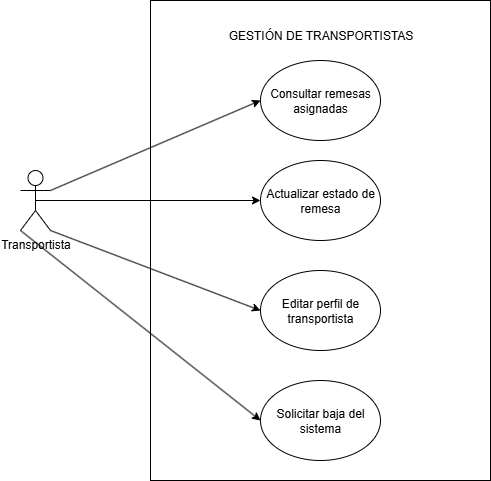
Before: Memoria/imagenes/Analisis/gestiondetransportistas.png, a diagram exported from draw.io (Juanjomrtz19/Trabajo-de-fin-de-grado-BlockTrack). Source tidied: cells renumbered, new cells last; positions are measured from the earlier drawing's top-left corner, leaving out a move shared by most shapes.
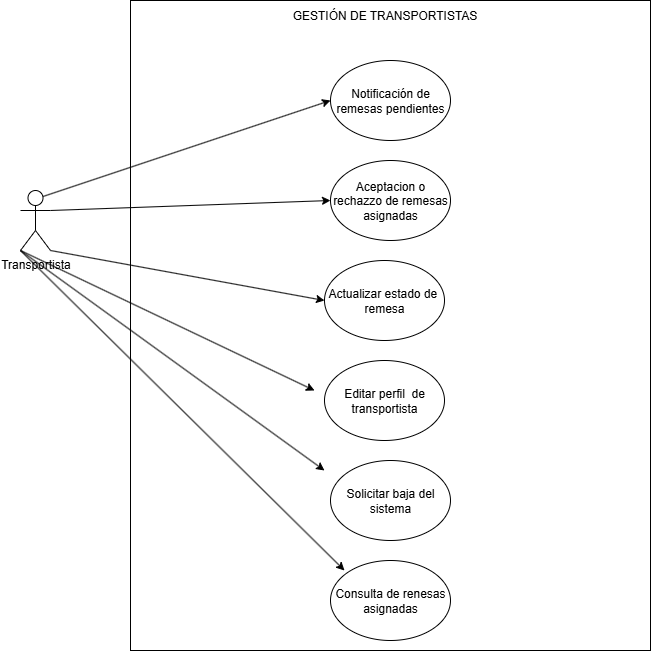
The same diagram one commit later.

The edit, as a diff of the source:
```diff
@@ -2,38 +2,56 @@
   <root>
     <mxCell id="0" />
     <mxCell id="1" parent="0" />
-    <mxCell id="2" style="rounded=0;whiteSpace=wrap;html=1;" parent="1" vertex="1">
-      <mxGeometry x="130" width="340" height="480" as="geometry" />
-    </mxCell>
+    <mxCell id="13" style="rounded=0;whiteSpace=wrap;html=1;" parent="1" vertex="1">
+      <mxGeometry x="20" y="20" width="520" height="650" as="geometry" />
+    </mxCell>
+    <mxCell id="14" value="Notificación de remesas pendientes" style="ellipse;whiteSpace=wrap;html=1;" parent="1" vertex="1">
+      <mxGeometry x="220" y="80" width="120" height="80" as="geometry" />
+    </mxCell>
+    <mxCell id="15" value="Aceptacion o rechazzo de remesas asignadas" style="ellipse;whiteSpace=wrap;html=1;" parent="1" vertex="1">
+      <mxGeometry x="220" y="180" width="120" height="80" as="geometry" />
+    </mxCell>
+    <mxCell id="5" value="Actualizar estado de&amp;nbsp; remesa" style="ellipse;whiteSpace=wrap;html=1;" parent="1" vertex="1">
+      <mxGeometry x="214" y="280" width="120" height="80" as="geometry" />
+    </mxCell>
+    <mxCell id="7" value="Transportista" style="shape=umlActor;verticalLabelPosition=bottom;verticalAlign=top;html=1;outlineConnect=0;" parent="1" vertex="1">
+      <mxGeometry x="-90" y="210" width="30" height="60" as="geometry" />
+    </mxCell>
+    <mxCell id="16" style="endArrow=classic;html=1;rounded=0;entryX=0;entryY=0.5;entryDx=0;entryDy=0;exitX=0.75;exitY=0.1;exitDx=0;exitDy=0;exitPerimeter=0;" parent="1" edge="1" source="7" target="14">
+      <mxGeometry relative="1" as="geometry" />
+    </mxCell>
+    <mxCell id="17" style="endArrow=classic;html=1;rounded=0;entryX=0;entryY=0.5;entryDx=0;entryDy=0;exitX=1;exitY=0.3333333333333333;exitDx=0;exitDy=0;exitPerimeter=0;" parent="1" edge="1" source="7" target="15">
+      <mxGeometry relative="1" as="geometry" />
+    </mxCell>
+    <mxCell id="9" style="endArrow=classic;html=1;rounded=0;entryX=0;entryY=0.5;entryDx=0;entryDy=0;exitX=1;exitY=1;exitDx=0;exitDy=0;exitPerimeter=0;" parent="1" edge="1" source="7" target="5">
+      <mxGeometry relative="1" as="geometry" />
+    </mxCell>
     <mxCell id="3" value="GESTIÓN DE TRANSPORTISTAS" style="text;html=1;align=center;verticalAlign=middle;strokeColor=none;fillColor=none;" parent="1" vertex="1">
-      <mxGeometry x="195" y="20" width="210" height="30" as="geometry" />
+      <mxGeometry x="169" y="20" width="210" height="30" as="geometry" />
     </mxCell>
-    <mxCell id="4" value="Consultar remesas asignadas" style="ellipse;whiteSpace=wrap;html=1;" parent="1" vertex="1">
-      <mxGeometry x="240" y="60" width="120" height="80" as="geometry" />
-    </mxCell>
-    <mxCell id="5" value="Actualizar estado de remesa" style="ellipse;whiteSpace=wrap;html=1;" parent="1" vertex="1">
-      <mxGeometry x="240" y="160" width="120" height="80" as="geometry" />
-    </mxCell>
-    <mxCell id="6" value="Editar perfil de transportista" style="ellipse;whiteSpace=wrap;html=1;" parent="1" vertex="1">
-      <mxGeometry x="240" y="270" width="120" height="80" as="geometry" />
+    <mxCell id="6" value="Editar perfil&amp;nbsp; de transportista" style="ellipse;whiteSpace=wrap;html=1;" parent="1" vertex="1">
+      <mxGeometry x="214" y="380" width="120" height="80" as="geometry" />
     </mxCell>
-    <mxCell id="7" value="Transportista" style="shape=umlActor;verticalLabelPosition=bottom;verticalAlign=top;html=1;outlineConnect=0;" parent="1" vertex="1">
-      <mxGeometry y="170" width="30" height="60" as="geometry" />
-    </mxCell>
-    <mxCell id="8" style="endArrow=classic;html=1;rounded=0;exitX=1;exitY=0.3333333333333333;exitDx=0;exitDy=0;exitPerimeter=0;entryX=0;entryY=0.5;entryDx=0;entryDy=0;" parent="1" edge="1" source="7" target="4">
-      <mxGeometry relative="1" as="geometry" />
-    </mxCell>
-    <mxCell id="9" style="endArrow=classic;html=1;rounded=0;exitX=0.5;exitY=0.5;exitDx=0;exitDy=0;exitPerimeter=0;entryX=0;entryY=0.5;entryDx=0;entryDy=0;" parent="1" edge="1" source="7" target="5">
-      <mxGeometry relative="1" as="geometry" />
-    </mxCell>
-    <mxCell id="10" style="endArrow=classic;html=1;rounded=0;exitX=1;exitY=1;exitDx=0;exitDy=0;exitPerimeter=0;entryX=0;entryY=0.5;entryDx=0;entryDy=0;" parent="1" edge="1" source="7" target="6">
-      <mxGeometry relative="1" as="geometry" />
-    </mxCell>
     <mxCell id="11" value="Solicitar baja del sistema" style="ellipse;whiteSpace=wrap;html=1;" parent="1" vertex="1">
-      <mxGeometry x="240" y="380" width="120" height="80" as="geometry" />
+      <mxGeometry x="220" y="480" width="120" height="80" as="geometry" />
     </mxCell>
-    <mxCell id="12" style="endArrow=classic;html=1;rounded=0;exitX=0;exitY=1;exitDx=0;exitDy=0;exitPerimeter=0;entryX=0;entryY=0.5;entryDx=0;entryDy=0;" parent="1" edge="1" source="7" target="11">
-      <mxGeometry relative="1" as="geometry" />
-    </mxCell>
+    <mxCell id="18" value="Consulta de renesas asignadas" style="ellipse;whiteSpace=wrap;html=1;" parent="1" vertex="1">
+      <mxGeometry x="220" y="580" width="120" height="80" as="geometry" />
+    </mxCell>
+    <mxCell id="19" style="endArrow=classic;html=1;rounded=0;entryX=0;entryY=0.5;entryDx=0;entryDy=0;exitX=0;exitY=1;exitDx=0;exitDy=0;exitPerimeter=0;" parent="1" edge="1" source="7">
+      <mxGeometry relative="1" as="geometry">
+        <mxPoint x="204" y="410" as="targetPoint" />
+      </mxGeometry>
+    </mxCell>
+    <mxCell id="20" style="endArrow=classic;html=1;rounded=0;entryX=0;entryY=0.5;entryDx=0;entryDy=0;exitX=0;exitY=1;exitDx=0;exitDy=0;exitPerimeter=0;" parent="1" edge="1" source="7">
+      <mxGeometry relative="1" as="geometry">
+        <mxPoint x="214" y="490" as="targetPoint" />
+      </mxGeometry>
+    </mxCell>
+    <mxCell id="21" style="endArrow=classic;html=1;rounded=0;entryX=0;entryY=0.5;entryDx=0;entryDy=0;exitX=0;exitY=1;exitDx=0;exitDy=0;exitPerimeter=0;" parent="1" edge="1" source="7">
+      <mxGeometry relative="1" as="geometry">
+        <mxPoint x="234" y="590" as="targetPoint" />
+      </mxGeometry>
+    </mxCell>
   </root>
 </mxGraphModel>
```
